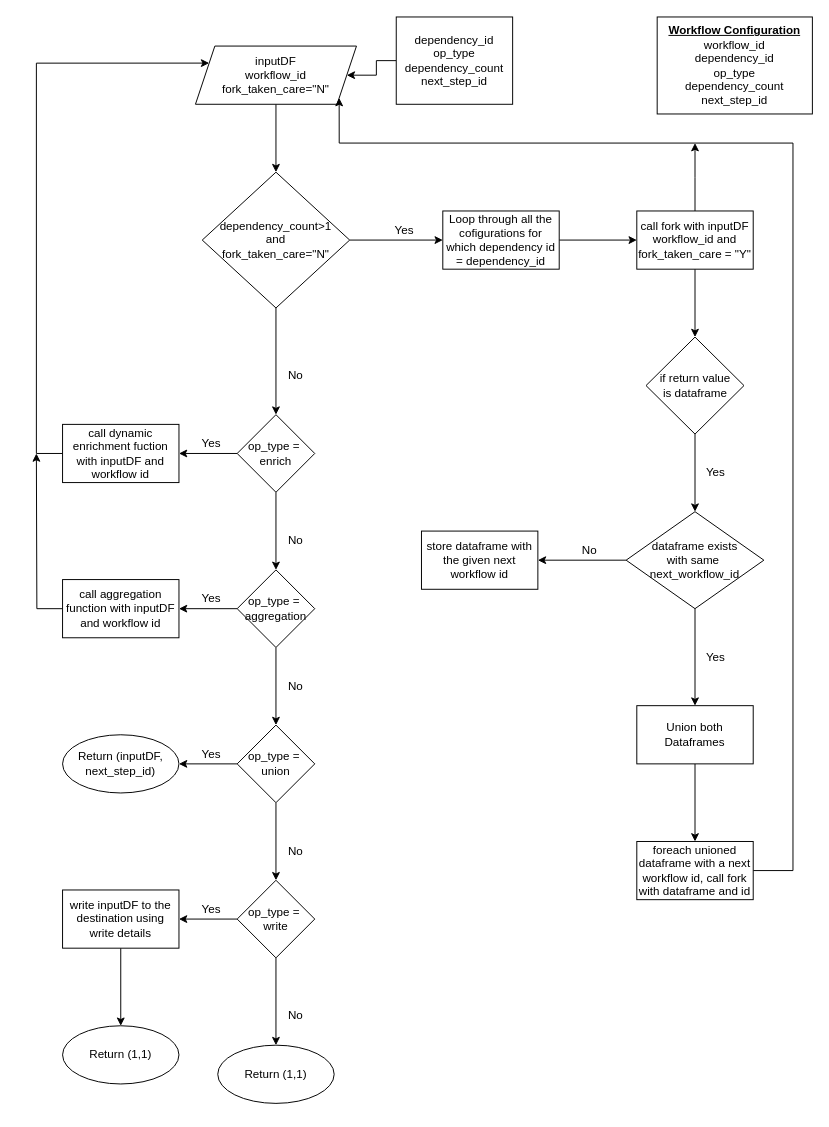
The draw.io diagram page "fork" (2 of 2) of workflow.drawio in praneethsai83/GenericProcessing, before the edit. Source tidied: cells renumbered, new cells numbered last; positions are measured from the earlier drawing's top-left corner, leaving out a move shared by most shapes. Both pictures are drawn from the tidied source at 97%, with x=0, y=0 at pixel (36, 16).
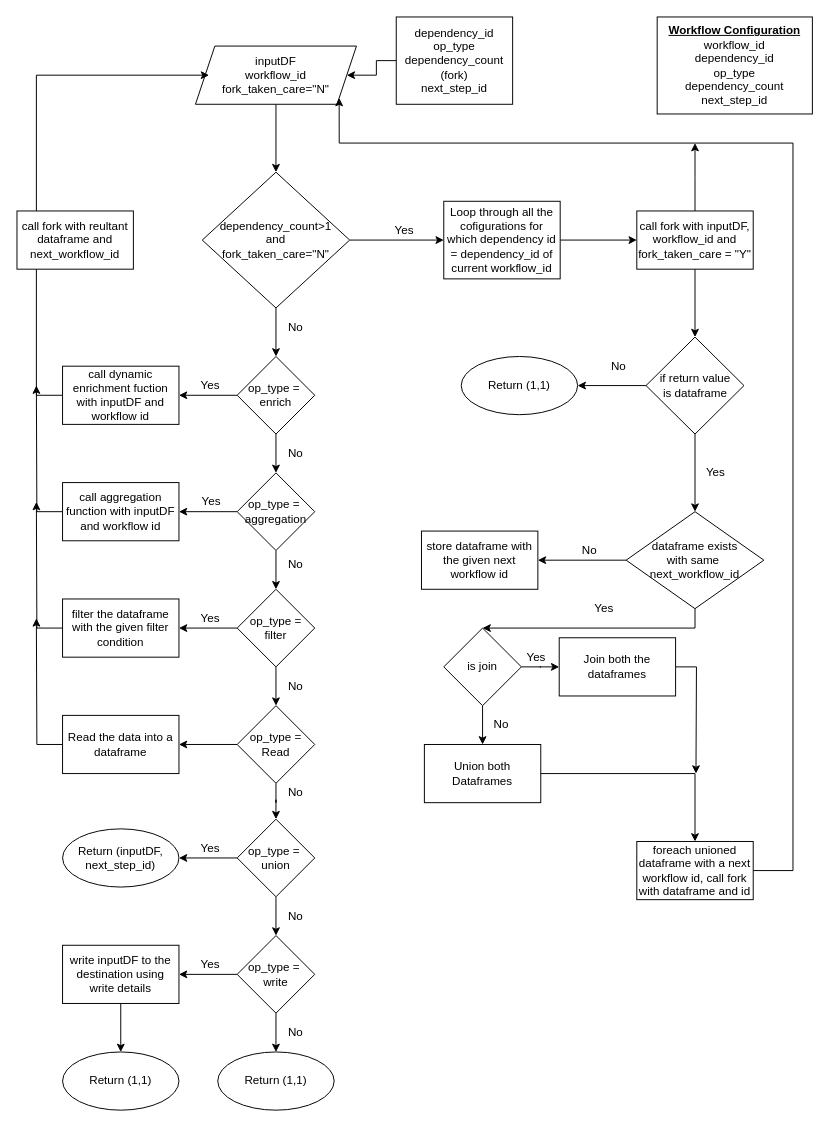
The same page after the edit.

The change refers to these unchanged cells:
```xml
<mxCell id="3" value="inputDF&lt;br&gt;workflow_id&lt;br&gt;fork_taken_care=&quot;N&quot;" style="shape=parallelogram;perimeter=parallelogramPerimeter;whiteSpace=wrap;html=1;fixedSize=1;" parent="1" vertex="1">
  <mxGeometry x="164" y="30" width="166" height="60" as="geometry" />
</mxCell>
<mxCell id="16" value="if return value&lt;br&gt;is dataframe" style="rhombus;whiteSpace=wrap;html=1;" parent="1" vertex="1">
  <mxGeometry x="628.5" y="330" width="101" height="100" as="geometry" />
</mxCell>
<mxCell id="19" value="dataframe exists&lt;br&gt;with same&amp;nbsp;&lt;br&gt;next_workflow_id" style="rhombus;whiteSpace=wrap;html=1;" parent="1" vertex="1">
  <mxGeometry x="608" y="510" width="142" height="100" as="geometry" />
</mxCell>
<mxCell id="31" value="foreach unioned dataframe with a next workflow id, call fork with dataframe and id" style="whiteSpace=wrap;html=1;" parent="1" vertex="1">
  <mxGeometry x="619" y="850" width="120" height="60" as="geometry" />
</mxCell>
```

The edit, as a diff of the source:
```diff
@@
-    <mxCell id="8" value="Loop through all the cofigurations for which dependency id = dependency_id" style="whiteSpace=wrap;html=1;" parent="1" vertex="1">
-      <mxGeometry x="419" y="200" width="120" height="60" as="geometry" />
+    <mxCell id="8" value="Loop through all the cofigurations for which dependency id = dependency_id of current workflow_id" style="whiteSpace=wrap;html=1;" parent="1" vertex="1">
+      <mxGeometry x="420" y="190" width="120" height="80" as="geometry" />
     </mxCell>
@@
-    <mxCell id="10" value="dependency_id&lt;br&gt;op_type&lt;br&gt;dependency_count&lt;br&gt;next_step_id" style="whiteSpace=wrap;html=1;" parent="1" vertex="1">
+    <mxCell id="10" value="dependency_id&lt;br&gt;op_type&lt;br&gt;dependency_count (fork)&lt;br&gt;next_step_id" style="whiteSpace=wrap;html=1;" parent="1" vertex="1">
       <mxGeometry x="371" width="120" height="90" as="geometry" />
     </mxCell>
@@
-    <mxCell id="13" value="call fork with inputDF&lt;br&gt;workflow_id and&lt;br&gt;fork_taken_care = &quot;Y&quot;" style="whiteSpace=wrap;html=1;" parent="1" vertex="1">
+    <mxCell id="13" value="call fork with inputDF,&lt;br&gt;workflow_id and&lt;br&gt;fork_taken_care = &quot;Y&quot;" style="whiteSpace=wrap;html=1;" parent="1" vertex="1">
       <mxGeometry x="619" y="200" width="120" height="60" as="geometry" />
     </mxCell>
@@
+    <mxCell id="59" style="edgeStyle=orthogonalEdgeStyle;rounded=0;jettySize=auto;html=1;" parent="1" edge="1" source="16" target="82">
+      <mxGeometry relative="1" as="geometry" />
+    </mxCell>
@@
-    <mxCell id="17" style="edgeStyle=orthogonalEdgeStyle;rounded=0;jettySize=auto;html=1;" parent="1" edge="1" source="19" target="21">
-      <mxGeometry relative="1" as="geometry" />
-    </mxCell>
@@
+    <mxCell id="60" style="edgeStyle=orthogonalEdgeStyle;rounded=0;jettySize=auto;html=1;exitX=0.5;exitY=1;exitDx=0;exitDy=0;entryX=0.5;entryY=0;entryDx=0;entryDy=0;" parent="1" edge="1" source="19" target="64">
+      <mxGeometry relative="1" as="geometry">
+        <Array as="points">
+          <mxPoint x="679" y="630" />
+        </Array>
+      </mxGeometry>
+    </mxCell>
@@
-    <mxCell id="20" style="edgeStyle=orthogonalEdgeStyle;rounded=0;jettySize=auto;html=1;" parent="1" edge="1" source="21" target="31">
+    <mxCell id="20" style="edgeStyle=orthogonalEdgeStyle;rounded=0;jettySize=auto;html=1;entryX=0.5;entryY=0;entryDx=0;entryDy=0;" parent="1" edge="1" source="21" target="31">
       <mxGeometry relative="1" as="geometry" />
     </mxCell>
     <mxCell id="21" value="Union both Dataframes" style="whiteSpace=wrap;html=1;" parent="1" vertex="1">
-      <mxGeometry x="619" y="710" width="120" height="60" as="geometry" />
+      <mxGeometry x="400" y="750" width="120" height="60" as="geometry" />
     </mxCell>
@@
     <mxCell id="24" value="Yes" style="text;html=1;align=center;verticalAlign=middle;strokeColor=none;" parent="1" vertex="1">
-      <mxGeometry x="685" y="650" width="30" height="20" as="geometry" />
+      <mxGeometry x="570" y="600" width="30" height="20" as="geometry" />
     </mxCell>
@@
     <mxCell id="29" value="op_type =&amp;nbsp;&lt;br&gt;enrich" style="rhombus;whiteSpace=wrap;html=1;" parent="1" vertex="1">
-      <mxGeometry x="207" y="410" width="80" height="80" as="geometry" />
+      <mxGeometry x="207" y="350" width="80" height="80" as="geometry" />
     </mxCell>
@@
-    <mxCell id="32" style="edgeStyle=orthogonalEdgeStyle;rounded=0;jettySize=auto;html=1;entryX=0;entryY=0.25;entryDx=0;entryDy=0;" parent="1" edge="1" source="33" target="3">
+    <mxCell id="32" style="edgeStyle=orthogonalEdgeStyle;rounded=0;jettySize=auto;html=1;" parent="1" edge="1" source="33">
       <mxGeometry relative="1" as="geometry">
+        <mxPoint x="178" y="60" as="targetPoint" />
         <Array as="points">
-          <mxPoint y="450" />
-          <mxPoint y="48" />
+          <mxPoint y="390" />
+          <mxPoint y="60" />
         </Array>
       </mxGeometry>
     </mxCell>
     <mxCell id="33" value="call dynamic enrichment fuction with inputDF and workflow id" style="whiteSpace=wrap;html=1;" parent="1" vertex="1">
-      <mxGeometry x="27" y="420" width="120" height="60" as="geometry" />
+      <mxGeometry x="27" y="360" width="120" height="60" as="geometry" />
     </mxCell>
@@
-    <mxCell id="35" style="edgeStyle=orthogonalEdgeStyle;rounded=0;jettySize=auto;html=1;" parent="1" edge="1" source="36" target="41">
-      <mxGeometry relative="1" as="geometry" />
-    </mxCell>
+    <mxCell id="61" style="edgeStyle=orthogonalEdgeStyle;rounded=0;jettySize=auto;html=1;" parent="1" edge="1" source="36" target="71">
+      <mxGeometry relative="1" as="geometry" />
+    </mxCell>
     <mxCell id="36" value="op_type =&amp;nbsp;&lt;br&gt;aggregation" style="rhombus;whiteSpace=wrap;html=1;" parent="1" vertex="1">
-      <mxGeometry x="207" y="570" width="80" height="80" as="geometry" />
+      <mxGeometry x="207" y="470" width="80" height="80" as="geometry" />
     </mxCell>
     <mxCell id="37" style="edgeStyle=orthogonalEdgeStyle;rounded=0;jettySize=auto;html=1;" parent="1" edge="1" source="38">
       <mxGeometry relative="1" as="geometry">
-        <mxPoint y="450" as="targetPoint" />
+        <mxPoint y="380" as="targetPoint" />
       </mxGeometry>
     </mxCell>
     <mxCell id="38" value="call aggregation function with inputDF and workflow id" style="whiteSpace=wrap;html=1;" parent="1" vertex="1">
-      <mxGeometry x="27" y="580" width="120" height="60" as="geometry" />
+      <mxGeometry x="27" y="480" width="120" height="60" as="geometry" />
     </mxCell>
@@
     <mxCell id="41" value="op_type =&amp;nbsp;&lt;br&gt;union" style="rhombus;whiteSpace=wrap;html=1;" parent="1" vertex="1">
-      <mxGeometry x="207" y="730" width="80" height="80" as="geometry" />
+      <mxGeometry x="207" y="827" width="80" height="80" as="geometry" />
     </mxCell>
     <mxCell id="42" value="Return (inputDF, next_step_id)" style="ellipse;whiteSpace=wrap;html=1;" parent="1" vertex="1">
-      <mxGeometry x="27" y="740" width="120" height="60" as="geometry" />
+      <mxGeometry x="27" y="837" width="120" height="60" as="geometry" />
     </mxCell>
@@
     <mxCell id="45" value="op_type =&amp;nbsp;&lt;br&gt;write" style="rhombus;whiteSpace=wrap;html=1;" parent="1" vertex="1">
-      <mxGeometry x="207" y="890" width="80" height="80" as="geometry" />
+      <mxGeometry x="207" y="947" width="80" height="80" as="geometry" />
     </mxCell>
@@
     <mxCell id="47" value="write inputDF to the destination using write details" style="whiteSpace=wrap;html=1;" parent="1" vertex="1">
-      <mxGeometry x="27" y="900" width="120" height="60" as="geometry" />
+      <mxGeometry x="27" y="957" width="120" height="60" as="geometry" />
     </mxCell>
     <mxCell id="48" value="Return (1,1)" style="ellipse;whiteSpace=wrap;html=1;" parent="1" vertex="1">
-      <mxGeometry x="27" y="1040" width="120" height="60" as="geometry" />
+      <mxGeometry x="27" y="1067" width="120" height="60" as="geometry" />
     </mxCell>
     <mxCell id="49" value="Return (1,1)" style="ellipse;whiteSpace=wrap;html=1;" parent="1" vertex="1">
-      <mxGeometry x="187" y="1060" width="120" height="60" as="geometry" />
+      <mxGeometry x="187" y="1067" width="120" height="60" as="geometry" />
     </mxCell>
     <mxCell id="50" value="No" style="text;html=1;align=center;verticalAlign=middle;strokeColor=none;" parent="1" vertex="1">
-      <mxGeometry x="252" y="360" width="30" height="20" as="geometry" />
+      <mxGeometry x="252" y="310" width="30" height="20" as="geometry" />
     </mxCell>
     <mxCell id="51" value="No" style="text;html=1;align=center;verticalAlign=middle;strokeColor=none;" parent="1" vertex="1">
-      <mxGeometry x="252" y="1020" width="30" height="20" as="geometry" />
+      <mxGeometry x="252" y="1037" width="30" height="20" as="geometry" />
     </mxCell>
     <mxCell id="52" value="No" style="text;html=1;align=center;verticalAlign=middle;strokeColor=none;" parent="1" vertex="1">
-      <mxGeometry x="252" y="850" width="30" height="20" as="geometry" />
+      <mxGeometry x="252" y="917" width="30" height="20" as="geometry" />
     </mxCell>
     <mxCell id="53" value="No" style="text;html=1;align=center;verticalAlign=middle;strokeColor=none;" parent="1" vertex="1">
-      <mxGeometry x="252" y="680" width="30" height="20" as="geometry" />
+      <mxGeometry x="252" y="555" width="30" height="20" as="geometry" />
     </mxCell>
     <mxCell id="54" value="No" style="text;html=1;align=center;verticalAlign=middle;strokeColor=none;" parent="1" vertex="1">
-      <mxGeometry x="252" y="530" width="30" height="20" as="geometry" />
+      <mxGeometry x="252" y="440" width="30" height="20" as="geometry" />
     </mxCell>
     <mxCell id="55" value="Yes" style="text;html=1;align=center;verticalAlign=middle;strokeColor=none;" parent="1" vertex="1">
-      <mxGeometry x="165" y="430" width="30" height="20" as="geometry" />
+      <mxGeometry x="164" y="370" width="30" height="20" as="geometry" />
     </mxCell>
     <mxCell id="56" value="Yes" style="text;html=1;align=center;verticalAlign=middle;strokeColor=none;" parent="1" vertex="1">
-      <mxGeometry x="165" y="910" width="30" height="20" as="geometry" />
+      <mxGeometry x="164" y="967" width="30" height="20" as="geometry" />
     </mxCell>
     <mxCell id="57" value="Yes" style="text;html=1;align=center;verticalAlign=middle;strokeColor=none;" parent="1" vertex="1">
-      <mxGeometry x="165" y="750" width="30" height="20" as="geometry" />
+      <mxGeometry x="164" y="847" width="30" height="20" as="geometry" />
     </mxCell>
     <mxCell id="58" value="Yes" style="text;html=1;align=center;verticalAlign=middle;strokeColor=none;" parent="1" vertex="1">
-      <mxGeometry x="165" y="590" width="30" height="20" as="geometry" />
+      <mxGeometry x="165" y="490" width="30" height="20" as="geometry" />
     </mxCell>
+    <mxCell id="62" style="edgeStyle=orthogonalEdgeStyle;rounded=0;jettySize=auto;html=1;" parent="1" edge="1" source="64" target="66">
+      <mxGeometry relative="1" as="geometry" />
+    </mxCell>
+    <mxCell id="63" style="edgeStyle=orthogonalEdgeStyle;rounded=0;jettySize=auto;html=1;" parent="1" edge="1" source="64" target="21">
+      <mxGeometry relative="1" as="geometry" />
+    </mxCell>
+    <mxCell id="64" value="is join" style="rhombus;whiteSpace=wrap;html=1;" parent="1" vertex="1">
+      <mxGeometry x="420" y="630" width="80" height="80" as="geometry" />
+    </mxCell>
+    <mxCell id="65" style="edgeStyle=orthogonalEdgeStyle;rounded=0;jettySize=auto;html=1;exitX=1;exitY=0.5;exitDx=0;exitDy=0;" parent="1" edge="1" source="66">
+      <mxGeometry relative="1" as="geometry">
+        <mxPoint x="680" y="780" as="targetPoint" />
+      </mxGeometry>
+    </mxCell>
+    <mxCell id="66" value="Join both the dataframes" style="whiteSpace=wrap;html=1;" parent="1" vertex="1">
+      <mxGeometry x="539" y="640" width="120" height="60" as="geometry" />
+    </mxCell>
+    <mxCell id="67" value="Yes" style="text;html=1;align=center;verticalAlign=middle;strokeColor=none;" parent="1" vertex="1">
+      <mxGeometry x="500" y="650" width="30" height="20" as="geometry" />
+    </mxCell>
+    <mxCell id="68" value="No" style="text;html=1;align=center;verticalAlign=middle;strokeColor=none;" parent="1" vertex="1">
+      <mxGeometry x="464" y="720" width="30" height="20" as="geometry" />
+    </mxCell>
+    <mxCell id="69" style="edgeStyle=orthogonalEdgeStyle;rounded=0;jettySize=auto;html=1;" parent="1" edge="1" source="71" target="73">
+      <mxGeometry relative="1" as="geometry" />
+    </mxCell>
+    <mxCell id="70" style="edgeStyle=orthogonalEdgeStyle;rounded=0;jettySize=auto;html=1;" parent="1" edge="1" source="71" target="78">
+      <mxGeometry relative="1" as="geometry" />
+    </mxCell>
+    <mxCell id="71" value="op_type = filter" style="rhombus;whiteSpace=wrap;html=1;" parent="1" vertex="1">
+      <mxGeometry x="207" y="590" width="80" height="80" as="geometry" />
+    </mxCell>
+    <mxCell id="72" style="edgeStyle=orthogonalEdgeStyle;rounded=0;jettySize=auto;html=1;" parent="1" edge="1" source="73">
+      <mxGeometry relative="1" as="geometry">
+        <mxPoint y="500" as="targetPoint" />
+      </mxGeometry>
+    </mxCell>
+    <mxCell id="73" value="filter the dataframe with the given filter condition" style="whiteSpace=wrap;html=1;" parent="1" vertex="1">
+      <mxGeometry x="27" y="600" width="120" height="60" as="geometry" />
+    </mxCell>
+    <mxCell id="74" value="Yes" style="text;html=1;align=center;verticalAlign=middle;strokeColor=none;" parent="1" vertex="1">
+      <mxGeometry x="164" y="610" width="30" height="20" as="geometry" />
+    </mxCell>
+    <mxCell id="75" value="No" style="text;html=1;align=center;verticalAlign=middle;strokeColor=none;" parent="1" vertex="1">
+      <mxGeometry x="252" y="680" width="30" height="20" as="geometry" />
+    </mxCell>
+    <mxCell id="76" style="edgeStyle=orthogonalEdgeStyle;rounded=0;jettySize=auto;html=1;entryX=0.5;entryY=0;entryDx=0;entryDy=0;" parent="1" edge="1" source="78" target="41">
+      <mxGeometry relative="1" as="geometry" />
+    </mxCell>
+    <mxCell id="77" style="edgeStyle=orthogonalEdgeStyle;rounded=0;jettySize=auto;html=1;" parent="1" edge="1" source="78" target="81">
+      <mxGeometry relative="1" as="geometry" />
+    </mxCell>
+    <mxCell id="78" value="op_type = Read" style="rhombus;whiteSpace=wrap;html=1;" parent="1" vertex="1">
+      <mxGeometry x="207" y="710" width="80" height="80" as="geometry" />
+    </mxCell>
+    <mxCell id="79" value="No" style="text;html=1;align=center;verticalAlign=middle;strokeColor=none;" parent="1" vertex="1">
+      <mxGeometry x="252" y="790" width="30" height="20" as="geometry" />
+    </mxCell>
+    <mxCell id="80" style="edgeStyle=orthogonalEdgeStyle;rounded=0;jettySize=auto;html=1;" parent="1" edge="1" source="81">
+      <mxGeometry relative="1" as="geometry">
+        <mxPoint y="620" as="targetPoint" />
+      </mxGeometry>
+    </mxCell>
+    <mxCell id="81" value="Read the data into a dataframe" style="whiteSpace=wrap;html=1;" parent="1" vertex="1">
+      <mxGeometry x="27" y="720" width="120" height="60" as="geometry" />
+    </mxCell>
+    <mxCell id="82" value="Return (1,1)" style="ellipse;whiteSpace=wrap;html=1;" parent="1" vertex="1">
+      <mxGeometry x="438" y="350" width="120" height="60" as="geometry" />
+    </mxCell>
+    <mxCell id="83" value="No" style="text;html=1;align=center;verticalAlign=middle;strokeColor=none;" parent="1" vertex="1">
+      <mxGeometry x="585" y="350" width="30" height="20" as="geometry" />
+    </mxCell>
+    <mxCell id="84" value="call fork with reultant dataframe and next_workflow_id" style="whiteSpace=wrap;html=1;" parent="1" vertex="1">
+      <mxGeometry x="-20" y="200" width="120" height="60" as="geometry" />
+    </mxCell>
```
